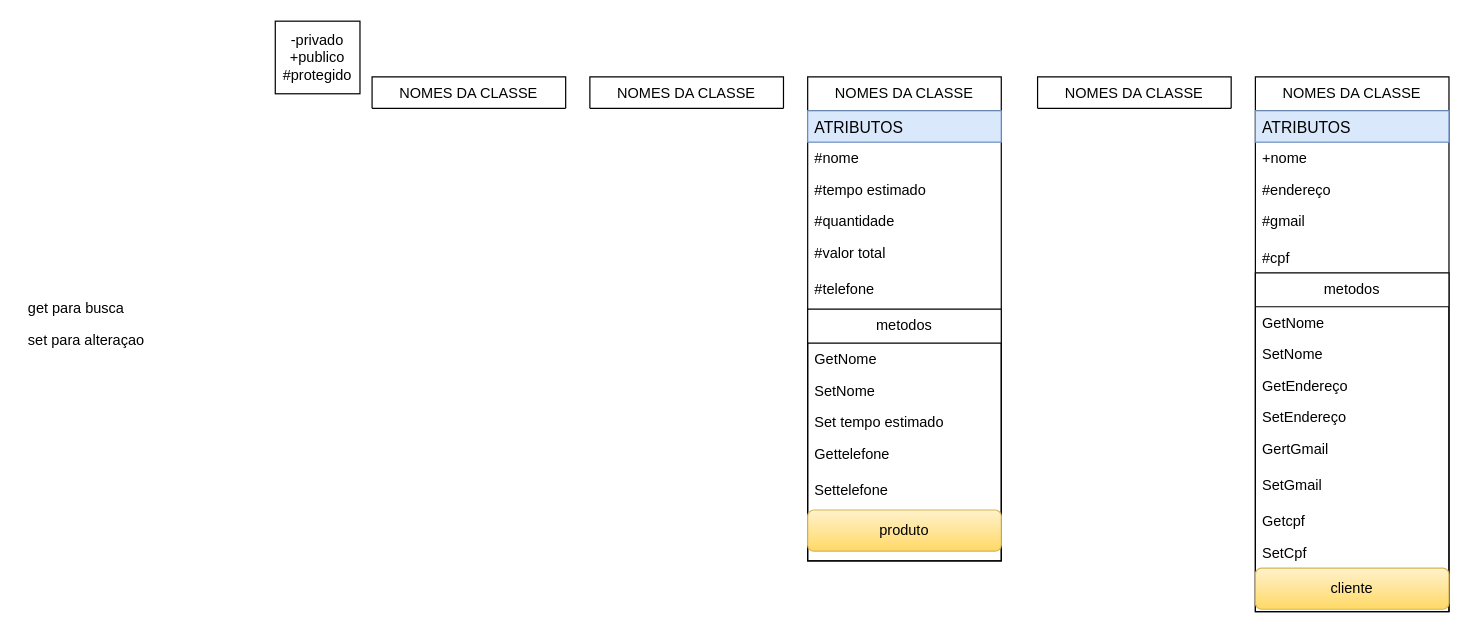
This is page "Página-3" (3 of 3) of casses.drawio from kawan-70/fluxograma_t, a draw.io file, before an edit. Source tidied: cells renumbered, new cells numbered last; positions are measured from the earlier drawing's top-left corner, leaving out a move shared by most shapes. Both pictures are drawn from the tidied source at 121%, with x=0, y=0 at pixel (21, 21).
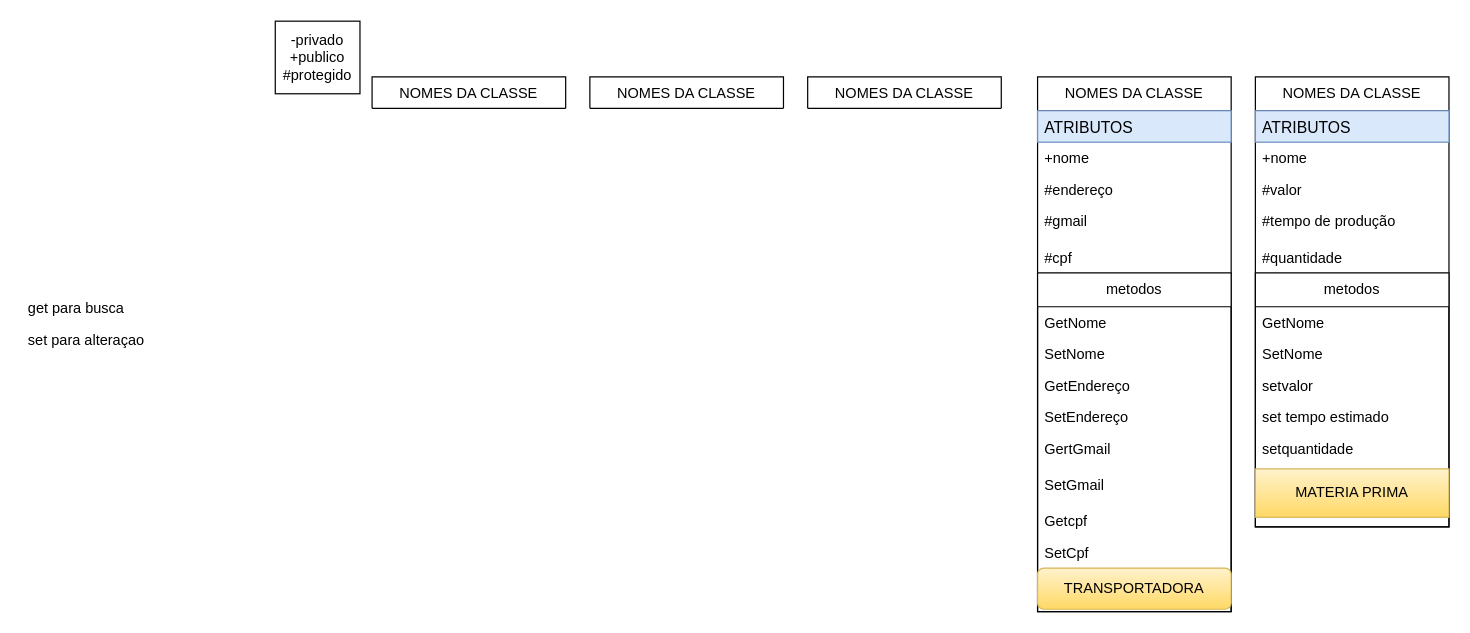
The same diagram, later.

The edit, as a diff of the source:
```diff
@@
-    <mxCell id="7" value="NOMES DA CLASSE" style="swimlane;fontStyle=0;align=center;verticalAlign=top;horizontal=1;startSize=28;rounded=0;shadow=0;strokeWidth=1;" parent="1" vertex="1">
-      <mxGeometry x="650" y="46" width="160" height="400" as="geometry" />
+    <mxCell id="7" value="NOMES DA CLASSE" style="swimlane;fontStyle=0;align=center;verticalAlign=top;horizontal=1;startSize=28;rounded=0;shadow=0;strokeWidth=1;" parent="1" vertex="1" collapsed="1">
+      <mxGeometry x="650" y="46" width="160" height="26" as="geometry" />
     </mxCell>
+    <mxCell id="21" value="NOMES DA CLASSE" style="swimlane;fontStyle=0;align=center;verticalAlign=top;horizontal=1;startSize=28;rounded=0;shadow=0;strokeWidth=1;" parent="1" vertex="1">
+      <mxGeometry x="840" y="46" width="160" height="442" as="geometry" />
+    </mxCell>
-    <mxCell id="8" value="ATRIBUTOS" style="text;align=left;verticalAlign=top;spacingLeft=4;spacingRight=4;overflow=hidden;fontSize=13;fillColor=#dae8fc;strokeColor=#6c8ebf;" parent="7" vertex="1">
+    <mxCell id="8" value="ATRIBUTOS" style="text;align=left;verticalAlign=top;spacingLeft=4;spacingRight=4;overflow=hidden;fontSize=13;fillColor=#dae8fc;strokeColor=#6c8ebf;" parent="21" vertex="1">
       <mxGeometry y="28" width="160" height="26" as="geometry" />
     </mxCell>
-    <mxCell id="9" value="#nome" style="text;align=left;verticalAlign=top;spacingLeft=4;spacingRight=4;overflow=hidden;rounded=0;shadow=0;html=0;" parent="7" vertex="1">
-      <mxGeometry y="54" width="160" height="26" as="geometry" />
-    </mxCell>
-    <mxCell id="10" value="#tempo estimado" style="text;align=left;verticalAlign=top;spacingLeft=4;spacingRight=4;overflow=hidden;rounded=0;shadow=0;html=0;" parent="7" vertex="1">
-      <mxGeometry y="80" width="160" height="26" as="geometry" />
-    </mxCell>
-    <mxCell id="11" value="#quantidade" style="text;align=left;verticalAlign=top;spacingLeft=4;spacingRight=4;overflow=hidden;" parent="7" vertex="1">
-      <mxGeometry y="106" width="160" height="26" as="geometry" />
-    </mxCell>
-    <mxCell id="12" value="#valor total" style="text;align=left;verticalAlign=top;spacingLeft=4;spacingRight=4;overflow=hidden;" parent="7" vertex="1">
-      <mxGeometry y="132" width="160" height="30" as="geometry" />
-    </mxCell>
-    <mxCell id="13" value="#telefone" style="text;align=left;verticalAlign=top;spacingLeft=4;spacingRight=4;overflow=hidden;" parent="7" vertex="1">
-      <mxGeometry y="162" width="160" height="30" as="geometry" />
-    </mxCell>
+    <mxCell id="38" value="+nome" style="text;align=left;verticalAlign=top;spacingLeft=4;spacingRight=4;overflow=hidden;rounded=0;shadow=0;html=0;" parent="21" vertex="1">
+      <mxGeometry y="54" width="160" height="26" as="geometry" />
+    </mxCell>
+    <mxCell id="39" value="#endereço" style="text;align=left;verticalAlign=top;spacingLeft=4;spacingRight=4;overflow=hidden;" parent="21" vertex="1">
+      <mxGeometry y="80" width="160" height="26" as="geometry" />
+    </mxCell>
+    <mxCell id="40" value="#gmail" style="text;align=left;verticalAlign=top;spacingLeft=4;spacingRight=4;overflow=hidden;" parent="21" vertex="1">
+      <mxGeometry y="106" width="160" height="30" as="geometry" />
+    </mxCell>
+    <mxCell id="41" value="#cpf" style="text;align=left;verticalAlign=top;spacingLeft=4;spacingRight=4;overflow=hidden;" parent="21" vertex="1">
+      <mxGeometry y="136" width="160" height="26" as="geometry" />
+    </mxCell>
-    <mxCell id="14" value="metodos" style="swimlane;fontStyle=0;align=center;verticalAlign=top;horizontal=1;startSize=28;rounded=0;shadow=0;strokeWidth=1;" parent="7" vertex="1">
-      <mxGeometry y="192" width="160" height="208" as="geometry" />
+    <mxCell id="14" value="metodos" style="swimlane;fontStyle=0;align=center;verticalAlign=top;horizontal=1;startSize=28;rounded=0;shadow=0;strokeWidth=1;" parent="21" vertex="1">
+      <mxGeometry y="162" width="160" height="280" as="geometry" />
     </mxCell>
@@
-    <mxCell id="17" value="Set tempo estimado" style="text;align=left;verticalAlign=top;spacingLeft=4;spacingRight=4;overflow=hidden;" parent="14" vertex="1">
-      <mxGeometry y="80" width="160" height="26" as="geometry" />
-    </mxCell>
-    <mxCell id="18" value="Gettelefone" style="text;align=left;verticalAlign=top;spacingLeft=4;spacingRight=4;overflow=hidden;" parent="14" vertex="1">
-      <mxGeometry y="106" width="160" height="30" as="geometry" />
-    </mxCell>
-    <mxCell id="19" value="Settelefone" style="text;align=left;verticalAlign=top;spacingLeft=4;spacingRight=4;overflow=hidden;" parent="14" vertex="1">
-      <mxGeometry y="136" width="160" height="30" as="geometry" />
-    </mxCell>
-    <mxCell id="20" value="produto" style="rounded=1;whiteSpace=wrap;html=1;align=center;fillColor=#fff2cc;strokeColor=#d6b656;gradientColor=#ffd966;" parent="14" vertex="1">
-      <mxGeometry y="166" width="160" height="34" as="geometry" />
-    </mxCell>
-    <mxCell id="21" value="NOMES DA CLASSE" style="swimlane;fontStyle=0;align=center;verticalAlign=top;horizontal=1;startSize=28;rounded=0;shadow=0;strokeWidth=1;" parent="1" vertex="1" collapsed="1">
-      <mxGeometry x="840" y="46" width="160" height="26" as="geometry" />
-    </mxCell>
+    <mxCell id="42" value="GetEndereço" style="text;align=left;verticalAlign=top;spacingLeft=4;spacingRight=4;overflow=hidden;" parent="14" vertex="1">
+      <mxGeometry y="80" width="160" height="26" as="geometry" />
+    </mxCell>
+    <mxCell id="43" value="SetEndereço" style="text;align=left;verticalAlign=top;spacingLeft=4;spacingRight=4;overflow=hidden;" parent="14" vertex="1">
+      <mxGeometry y="106" width="160" height="26" as="geometry" />
+    </mxCell>
+    <mxCell id="44" value="GertGmail" style="text;align=left;verticalAlign=top;spacingLeft=4;spacingRight=4;overflow=hidden;" parent="14" vertex="1">
+      <mxGeometry y="132" width="160" height="30" as="geometry" />
+    </mxCell>
+    <mxCell id="34" value="SetGmail" style="text;align=left;verticalAlign=top;spacingLeft=4;spacingRight=4;overflow=hidden;" parent="14" vertex="1">
+      <mxGeometry y="162" width="160" height="30" as="geometry" />
+    </mxCell>
+    <mxCell id="35" value="Getcpf" style="text;align=left;verticalAlign=top;spacingLeft=4;spacingRight=4;overflow=hidden;" parent="14" vertex="1">
+      <mxGeometry y="192" width="160" height="26" as="geometry" />
+    </mxCell>
+    <mxCell id="36" value="SetCpf" style="text;align=left;verticalAlign=top;spacingLeft=4;spacingRight=4;overflow=hidden;" parent="14" vertex="1">
+      <mxGeometry y="218" width="160" height="26" as="geometry" />
+    </mxCell>
+    <mxCell id="45" value="TRANSPORTADORA" style="rounded=1;whiteSpace=wrap;html=1;align=center;fillColor=#fff2cc;strokeColor=#d6b656;gradientColor=#ffd966;" parent="14" vertex="1">
+      <mxGeometry y="244" width="160" height="34" as="geometry" />
+    </mxCell>
     <mxCell id="22" value="NOMES DA CLASSE" style="swimlane;fontStyle=0;align=center;verticalAlign=top;horizontal=1;startSize=28;rounded=0;shadow=0;strokeWidth=1;" parent="1" vertex="1">
-      <mxGeometry x="1020" y="46" width="160" height="442" as="geometry" />
+      <mxGeometry x="1020" y="46" width="160" height="372" as="geometry" />
     </mxCell>
@@
-    <mxCell id="25" value="#endereço" style="text;align=left;verticalAlign=top;spacingLeft=4;spacingRight=4;overflow=hidden;" parent="22" vertex="1">
+    <mxCell id="25" value="#valor" style="text;align=left;verticalAlign=top;spacingLeft=4;spacingRight=4;overflow=hidden;" parent="22" vertex="1">
       <mxGeometry y="80" width="160" height="26" as="geometry" />
     </mxCell>
-    <mxCell id="26" value="#gmail" style="text;align=left;verticalAlign=top;spacingLeft=4;spacingRight=4;overflow=hidden;" parent="22" vertex="1">
+    <mxCell id="26" value="#tempo de produção" style="text;align=left;verticalAlign=top;spacingLeft=4;spacingRight=4;overflow=hidden;" parent="22" vertex="1">
       <mxGeometry y="106" width="160" height="30" as="geometry" />
     </mxCell>
-    <mxCell id="27" value="#cpf" style="text;align=left;verticalAlign=top;spacingLeft=4;spacingRight=4;overflow=hidden;" parent="22" vertex="1">
+    <mxCell id="27" value="#quantidade" style="text;align=left;verticalAlign=top;spacingLeft=4;spacingRight=4;overflow=hidden;" parent="22" vertex="1">
       <mxGeometry y="136" width="160" height="26" as="geometry" />
     </mxCell>
     <mxCell id="28" value="metodos" style="swimlane;fontStyle=0;align=center;verticalAlign=top;horizontal=1;startSize=28;rounded=0;shadow=0;strokeWidth=1;" parent="22" vertex="1">
-      <mxGeometry y="162" width="160" height="280" as="geometry" />
+      <mxGeometry y="162" width="160" height="210" as="geometry" />
     </mxCell>
@@
-    <mxCell id="31" value="GetEndereço" style="text;align=left;verticalAlign=top;spacingLeft=4;spacingRight=4;overflow=hidden;" parent="28" vertex="1">
+    <mxCell id="31" value="setvalor" style="text;align=left;verticalAlign=top;spacingLeft=4;spacingRight=4;overflow=hidden;" parent="28" vertex="1">
       <mxGeometry y="80" width="160" height="26" as="geometry" />
     </mxCell>
-    <mxCell id="32" value="SetEndereço" style="text;align=left;verticalAlign=top;spacingLeft=4;spacingRight=4;overflow=hidden;" parent="28" vertex="1">
+    <mxCell id="32" value="set tempo estimado" style="text;align=left;verticalAlign=top;spacingLeft=4;spacingRight=4;overflow=hidden;" parent="28" vertex="1">
       <mxGeometry y="106" width="160" height="26" as="geometry" />
     </mxCell>
-    <mxCell id="33" value="GertGmail" style="text;align=left;verticalAlign=top;spacingLeft=4;spacingRight=4;overflow=hidden;" parent="28" vertex="1">
+    <mxCell id="33" value="setquantidade" style="text;align=left;verticalAlign=top;spacingLeft=4;spacingRight=4;overflow=hidden;" parent="28" vertex="1">
       <mxGeometry y="132" width="160" height="30" as="geometry" />
     </mxCell>
-    <mxCell id="34" value="SetGmail" style="text;align=left;verticalAlign=top;spacingLeft=4;spacingRight=4;overflow=hidden;" parent="28" vertex="1">
-      <mxGeometry y="162" width="160" height="30" as="geometry" />
-    </mxCell>
-    <mxCell id="35" value="Getcpf" style="text;align=left;verticalAlign=top;spacingLeft=4;spacingRight=4;overflow=hidden;" parent="28" vertex="1">
-      <mxGeometry y="192" width="160" height="26" as="geometry" />
-    </mxCell>
-    <mxCell id="36" value="SetCpf" style="text;align=left;verticalAlign=top;spacingLeft=4;spacingRight=4;overflow=hidden;" parent="28" vertex="1">
-      <mxGeometry y="218" width="160" height="26" as="geometry" />
-    </mxCell>
-    <mxCell id="37" value="cliente" style="rounded=1;whiteSpace=wrap;html=1;align=center;fillColor=#fff2cc;strokeColor=#d6b656;gradientColor=#ffd966;" parent="28" vertex="1">
-      <mxGeometry y="244" width="160" height="34" as="geometry" />
+    <mxCell id="37" value="MATERIA PRIMA" style="rounded=1;whiteSpace=wrap;html=1;align=center;fillColor=#fff2cc;strokeColor=#d6b656;gradientColor=#ffd966;arcSize=0;" parent="28" vertex="1">
+      <mxGeometry y="162" width="160" height="40" as="geometry" />
     </mxCell>
```
